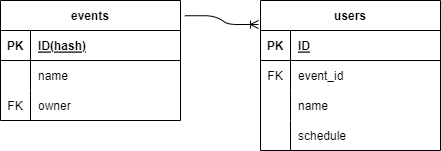
Above: DB_ER_diagram.drawio.png in kuu13580/schedule-checker (draw.io), before the change. Source tidied: cells renumbered, new cells last; positions are measured from the earlier drawing's top-left corner, leaving out a move shared by most shapes. Source of this version:
```xml
<mxGraphModel>
  <root>
    <mxCell id="0" />
    <mxCell id="1" parent="0" />
    <mxCell id="2" value="events" style="shape=table;startSize=30;rowLines=0;fontStyle=1;align=center;" parent="1" vertex="1">
      <mxGeometry width="180" height="120" as="geometry" />
    </mxCell>
    <mxCell id="3" style="shape=tableRow;horizontal=0;startSize=0;swimlaneHead=0;swimlaneBody=0;fillColor=none;top=0;left=0;right=0;bottom=1;" parent="2" vertex="1">
      <mxGeometry y="30" width="180" height="30" as="geometry" />
    </mxCell>
    <mxCell id="4" value="PK" style="shape=partialRectangle;fillColor=none;top=0;left=0;bottom=0;right=0;fontStyle=1;overflow=hidden;" parent="3" vertex="1">
      <mxGeometry width="30" height="30" as="geometry" />
    </mxCell>
    <mxCell id="5" value="ID(hash)" style="shape=partialRectangle;fillColor=none;top=0;left=0;bottom=0;right=0;align=left;spacingLeft=6;fontStyle=5;overflow=hidden;" parent="3" vertex="1">
      <mxGeometry x="30" width="150" height="30" as="geometry" />
    </mxCell>
    <mxCell id="6" style="shape=tableRow;horizontal=0;startSize=0;swimlaneHead=0;swimlaneBody=0;fillColor=none;top=0;left=0;right=0;bottom=0;" parent="2" vertex="1">
      <mxGeometry y="60" width="180" height="30" as="geometry" />
    </mxCell>
    <mxCell id="7" style="shape=partialRectangle;fillColor=none;top=0;left=0;bottom=0;right=0;overflow=hidden;" parent="6" vertex="1">
      <mxGeometry width="30" height="30" as="geometry" />
    </mxCell>
    <mxCell id="8" value="name" style="shape=partialRectangle;fillColor=none;top=0;left=0;bottom=0;right=0;align=left;spacingLeft=6;overflow=hidden;" parent="6" vertex="1">
      <mxGeometry x="30" width="150" height="30" as="geometry" />
    </mxCell>
    <mxCell id="9" style="shape=tableRow;horizontal=0;startSize=0;swimlaneHead=0;swimlaneBody=0;fillColor=none;top=0;left=0;right=0;bottom=0;" parent="2" vertex="1">
      <mxGeometry y="90" width="180" height="30" as="geometry" />
    </mxCell>
    <mxCell id="10" value="FK" style="shape=partialRectangle;fillColor=none;top=0;left=0;bottom=0;right=0;overflow=hidden;" parent="9" vertex="1">
      <mxGeometry width="30" height="30" as="geometry" />
    </mxCell>
    <mxCell id="11" value="owner" style="shape=partialRectangle;fillColor=none;top=0;left=0;bottom=0;right=0;align=left;spacingLeft=6;overflow=hidden;" parent="9" vertex="1">
      <mxGeometry x="30" width="150" height="30" as="geometry" />
    </mxCell>
    <mxCell id="12" style="edgeStyle=entityRelationEdgeStyle;fontSize=12;html=1;endArrow=ERoneToMany;exitX=1.024;exitY=0.127;exitDx=0;exitDy=0;entryX=-0.011;entryY=0.16;entryDx=0;entryDy=0;exitPerimeter=0;entryPerimeter=0;" parent="1" edge="1" source="2" target="13">
      <mxGeometry relative="1" as="geometry" />
    </mxCell>
    <mxCell id="13" value="users" style="shape=table;startSize=30;rowLines=0;fontStyle=1;align=center;" parent="1" vertex="1">
      <mxGeometry x="260" width="180" height="150" as="geometry" />
    </mxCell>
    <mxCell id="14" style="shape=tableRow;horizontal=0;startSize=0;swimlaneHead=0;swimlaneBody=0;fillColor=none;top=0;left=0;right=0;bottom=1;" parent="13" vertex="1">
      <mxGeometry y="30" width="180" height="30" as="geometry" />
    </mxCell>
    <mxCell id="15" value="PK" style="shape=partialRectangle;fillColor=none;top=0;left=0;bottom=0;right=0;fontStyle=1;overflow=hidden;" parent="14" vertex="1">
      <mxGeometry width="30" height="30" as="geometry" />
    </mxCell>
    <mxCell id="16" value="ID" style="shape=partialRectangle;fillColor=none;top=0;left=0;bottom=0;right=0;align=left;spacingLeft=6;fontStyle=5;overflow=hidden;" parent="14" vertex="1">
      <mxGeometry x="30" width="150" height="30" as="geometry" />
    </mxCell>
    <mxCell id="17" style="shape=tableRow;horizontal=0;startSize=0;swimlaneHead=0;swimlaneBody=0;fillColor=none;top=0;left=0;right=0;bottom=0;" parent="13" vertex="1">
      <mxGeometry y="60" width="180" height="30" as="geometry" />
    </mxCell>
    <mxCell id="18" value="FK" style="shape=partialRectangle;fillColor=none;top=0;left=0;bottom=0;right=0;overflow=hidden;" parent="17" vertex="1">
      <mxGeometry width="30" height="30" as="geometry" />
    </mxCell>
    <mxCell id="19" value="event_id" style="shape=partialRectangle;fillColor=none;top=0;left=0;bottom=0;right=0;align=left;spacingLeft=6;overflow=hidden;" parent="17" vertex="1">
      <mxGeometry x="30" width="150" height="30" as="geometry" />
    </mxCell>
    <mxCell id="20" style="shape=tableRow;horizontal=0;startSize=0;swimlaneHead=0;swimlaneBody=0;fillColor=none;top=0;left=0;right=0;bottom=0;" parent="13" vertex="1">
      <mxGeometry y="90" width="180" height="30" as="geometry" />
    </mxCell>
    <mxCell id="21" style="shape=partialRectangle;fillColor=none;top=0;left=0;bottom=0;right=0;overflow=hidden;" parent="20" vertex="1">
      <mxGeometry width="30" height="30" as="geometry" />
    </mxCell>
    <mxCell id="22" value="name" style="shape=partialRectangle;fillColor=none;top=0;left=0;bottom=0;right=0;align=left;spacingLeft=6;overflow=hidden;" parent="20" vertex="1">
      <mxGeometry x="30" width="150" height="30" as="geometry" />
    </mxCell>
    <mxCell id="23" style="shape=tableRow;horizontal=0;startSize=0;swimlaneHead=0;swimlaneBody=0;fillColor=none;top=0;left=0;right=0;bottom=0;" parent="13" vertex="1">
      <mxGeometry y="120" width="180" height="30" as="geometry" />
    </mxCell>
    <mxCell id="24" style="shape=partialRectangle;fillColor=none;top=0;left=0;bottom=0;right=0;overflow=hidden;" parent="23" vertex="1">
      <mxGeometry width="30" height="30" as="geometry" />
    </mxCell>
    <mxCell id="25" value="schedule" style="shape=partialRectangle;fillColor=none;top=0;left=0;bottom=0;right=0;align=left;spacingLeft=6;overflow=hidden;" parent="23" vertex="1">
      <mxGeometry x="30" width="150" height="30" as="geometry" />
    </mxCell>
  </root>
</mxGraphModel>
```
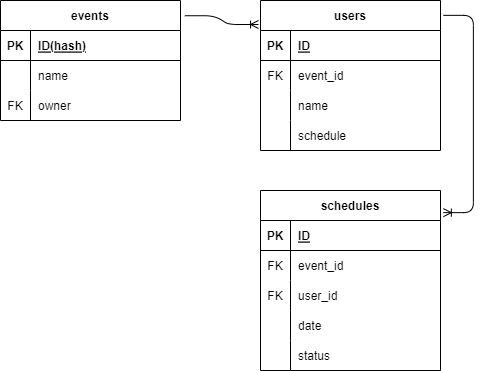
The same file after the commit.

Change to the diagram source:
```diff
@@ -74,5 +74,56 @@
     <mxCell id="25" value="schedule" style="shape=partialRectangle;fillColor=none;top=0;left=0;bottom=0;right=0;align=left;spacingLeft=6;overflow=hidden;" parent="23" vertex="1">
       <mxGeometry x="30" width="150" height="30" as="geometry" />
     </mxCell>
+    <mxCell id="26" value="schedules" style="shape=table;startSize=30;rowLines=0;fontStyle=1;align=center;" parent="1" vertex="1">
+      <mxGeometry x="260" y="190" width="180" height="180" as="geometry" />
+    </mxCell>
+    <mxCell id="27" style="shape=tableRow;horizontal=0;startSize=0;swimlaneHead=0;swimlaneBody=0;fillColor=none;top=0;left=0;right=0;bottom=1;" parent="26" vertex="1">
+      <mxGeometry y="30" width="180" height="30" as="geometry" />
+    </mxCell>
+    <mxCell id="28" value="PK" style="shape=partialRectangle;fillColor=none;top=0;left=0;bottom=0;right=0;fontStyle=1;overflow=hidden;" parent="27" vertex="1">
+      <mxGeometry width="30" height="30" as="geometry" />
+    </mxCell>
+    <mxCell id="29" value="ID" style="shape=partialRectangle;fillColor=none;top=0;left=0;bottom=0;right=0;align=left;spacingLeft=6;fontStyle=5;overflow=hidden;" parent="27" vertex="1">
+      <mxGeometry x="30" width="150" height="30" as="geometry" />
+    </mxCell>
+    <mxCell id="30" style="shape=tableRow;horizontal=0;startSize=0;swimlaneHead=0;swimlaneBody=0;fillColor=none;top=0;left=0;right=0;bottom=0;" parent="26" vertex="1">
+      <mxGeometry y="60" width="180" height="30" as="geometry" />
+    </mxCell>
+    <mxCell id="31" value="FK" style="shape=partialRectangle;fillColor=none;top=0;left=0;bottom=0;right=0;overflow=hidden;" parent="30" vertex="1">
+      <mxGeometry width="30" height="30" as="geometry" />
+    </mxCell>
+    <mxCell id="32" value="event_id" style="shape=partialRectangle;fillColor=none;top=0;left=0;bottom=0;right=0;align=left;spacingLeft=6;overflow=hidden;" parent="30" vertex="1">
+      <mxGeometry x="30" width="150" height="30" as="geometry" />
+    </mxCell>
+    <mxCell id="33" style="shape=tableRow;horizontal=0;startSize=0;swimlaneHead=0;swimlaneBody=0;fillColor=none;top=0;left=0;right=0;bottom=0;" parent="26" vertex="1">
+      <mxGeometry y="90" width="180" height="30" as="geometry" />
+    </mxCell>
+    <mxCell id="34" value="FK" style="shape=partialRectangle;fillColor=none;top=0;left=0;bottom=0;right=0;overflow=hidden;" parent="33" vertex="1">
+      <mxGeometry width="30" height="30" as="geometry" />
+    </mxCell>
+    <mxCell id="35" value="user_id" style="shape=partialRectangle;fillColor=none;top=0;left=0;bottom=0;right=0;align=left;spacingLeft=6;overflow=hidden;" parent="33" vertex="1">
+      <mxGeometry x="30" width="150" height="30" as="geometry" />
+    </mxCell>
+    <mxCell id="36" style="shape=tableRow;horizontal=0;startSize=0;swimlaneHead=0;swimlaneBody=0;fillColor=none;top=0;left=0;right=0;bottom=0;" parent="26" vertex="1">
+      <mxGeometry y="120" width="180" height="30" as="geometry" />
+    </mxCell>
+    <mxCell id="37" style="shape=partialRectangle;fillColor=none;top=0;left=0;bottom=0;right=0;overflow=hidden;" parent="36" vertex="1">
+      <mxGeometry width="30" height="30" as="geometry" />
+    </mxCell>
+    <mxCell id="38" value="date" style="shape=partialRectangle;fillColor=none;top=0;left=0;bottom=0;right=0;align=left;spacingLeft=6;overflow=hidden;" parent="36" vertex="1">
+      <mxGeometry x="30" width="150" height="30" as="geometry" />
+    </mxCell>
+    <mxCell id="39" style="shape=tableRow;horizontal=0;startSize=0;swimlaneHead=0;swimlaneBody=0;fillColor=none;top=0;left=0;right=0;bottom=0;" parent="26" vertex="1">
+      <mxGeometry y="150" width="180" height="30" as="geometry" />
+    </mxCell>
+    <mxCell id="40" style="shape=partialRectangle;fillColor=none;top=0;left=0;bottom=0;right=0;overflow=hidden;" parent="39" vertex="1">
+      <mxGeometry width="30" height="30" as="geometry" />
+    </mxCell>
+    <mxCell id="41" value="status" style="shape=partialRectangle;fillColor=none;top=0;left=0;bottom=0;right=0;align=left;spacingLeft=6;overflow=hidden;" parent="39" vertex="1">
+      <mxGeometry x="30" width="150" height="30" as="geometry" />
+    </mxCell>
+    <mxCell id="42" style="edgeStyle=entityRelationEdgeStyle;fontSize=12;html=1;endArrow=ERoneToMany;exitX=1.016;exitY=0.099;exitDx=0;exitDy=0;exitPerimeter=0;entryX=1.016;entryY=0.123;entryDx=0;entryDy=0;entryPerimeter=0;" parent="1" edge="1" source="13" target="26">
+      <mxGeometry relative="1" as="geometry" />
+    </mxCell>
   </root>
 </mxGraphModel>
```
